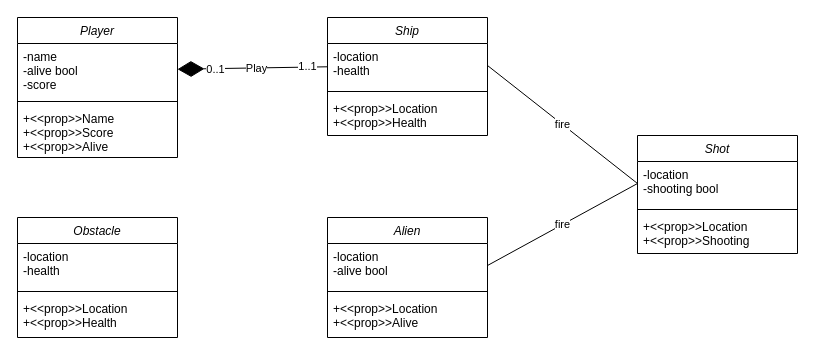
This is Diagrammes/DiagrammeDeClasse.drawio from SamGreppinETML/SpacyNvader, a draw.io file, before an edit. Source tidied: cells renumbered, new cells numbered last; positions are measured from the earlier drawing's top-left corner, leaving out a move shared by most shapes. Both pictures are drawn from the tidied source at 100%, with x=0, y=0 at pixel (17, 17).
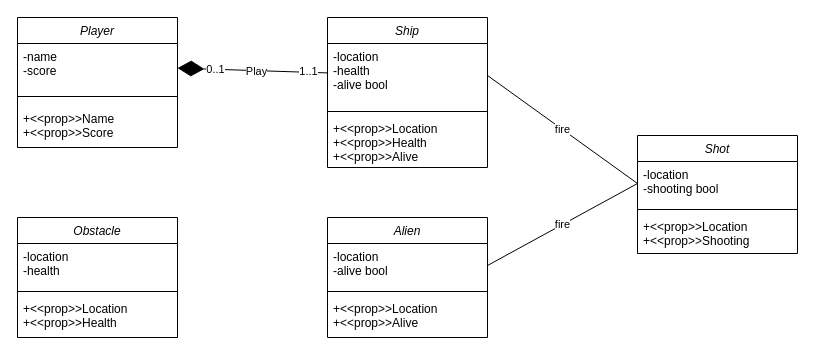
The same page after the edit.

Commit message (it also covers changes not shown here):
Crée le deuxième diagramme de classe

Change to the diagram source:
```diff
@@
     <mxCell id="6" value="Player" style="swimlane;fontStyle=2;align=center;verticalAlign=top;horizontal=1;startSize=26;rounded=0;shadow=0;strokeWidth=1;" parent="1" vertex="1">
-      <mxGeometry width="160" height="140" as="geometry" />
+      <mxGeometry width="160" height="130" as="geometry" />
     </mxCell>
-    <mxCell id="7" value="-name&#10;-alive bool&#10;-score" style="text;align=left;verticalAlign=top;spacingLeft=4;spacingRight=4;overflow=hidden;points=[[0,0.5],[1,0.5]];portConstraint=eastwest;" parent="6" vertex="1">
-      <mxGeometry y="26" width="160" height="54" as="geometry" />
+    <mxCell id="7" value="-name&#10;-score" style="text;align=left;verticalAlign=top;spacingLeft=4;spacingRight=4;overflow=hidden;points=[[0,0.5],[1,0.5]];portConstraint=eastwest;" parent="6" vertex="1">
+      <mxGeometry y="26" width="160" height="44" as="geometry" />
     </mxCell>
     <mxCell id="8" style="line;html=1;strokeWidth=1;align=left;verticalAlign=middle;spacingTop=-1;spacingLeft=3;spacingRight=3;labelPosition=right;" parent="6" vertex="1">
-      <mxGeometry y="80" width="160" height="8" as="geometry" />
+      <mxGeometry y="70" width="160" height="18" as="geometry" />
     </mxCell>
-    <mxCell id="9" value="+&lt;&lt;prop&gt;&gt;Name&#10;+&lt;&lt;prop&gt;&gt;Score&#10;+&lt;&lt;prop&gt;&gt;Alive" style="text;align=left;verticalAlign=top;spacingLeft=4;spacingRight=4;overflow=hidden;" parent="6" vertex="1">
-      <mxGeometry y="88" width="160" height="52" as="geometry" />
+    <mxCell id="9" value="+&lt;&lt;prop&gt;&gt;Name&#10;+&lt;&lt;prop&gt;&gt;Score" style="text;align=left;verticalAlign=top;spacingLeft=4;spacingRight=4;overflow=hidden;" parent="6" vertex="1">
+      <mxGeometry y="88" width="160" height="42" as="geometry" />
     </mxCell>
@@
     <mxCell id="14" value="Ship" style="swimlane;fontStyle=2;align=center;verticalAlign=top;horizontal=1;startSize=26;rounded=0;shadow=0;strokeWidth=1;" parent="1" vertex="1">
-      <mxGeometry x="310" width="160" height="118" as="geometry" />
+      <mxGeometry x="310" width="160" height="150" as="geometry" />
     </mxCell>
-    <mxCell id="15" value="-location&#10;-health" style="text;align=left;verticalAlign=top;spacingLeft=4;spacingRight=4;overflow=hidden;points=[[0,0.5],[1,0.5]];portConstraint=eastwest;" parent="14" vertex="1">
-      <mxGeometry y="26" width="160" height="44" as="geometry" />
+    <mxCell id="15" value="-location&#10;-health&#10;-alive bool" style="text;align=left;verticalAlign=top;spacingLeft=4;spacingRight=4;overflow=hidden;points=[[0,0.5],[1,0.5]];portConstraint=eastwest;" parent="14" vertex="1">
+      <mxGeometry y="26" width="160" height="64" as="geometry" />
     </mxCell>
     <mxCell id="16" style="line;html=1;strokeWidth=1;align=left;verticalAlign=middle;spacingTop=-1;spacingLeft=3;spacingRight=3;labelPosition=right;" parent="14" vertex="1">
-      <mxGeometry y="70" width="160" height="8" as="geometry" />
+      <mxGeometry y="90" width="160" height="8" as="geometry" />
     </mxCell>
-    <mxCell id="17" value="+&lt;&lt;prop&gt;&gt;Location&#10;+&lt;&lt;prop&gt;&gt;Health" style="text;align=left;verticalAlign=top;spacingLeft=4;spacingRight=4;overflow=hidden;" parent="14" vertex="1">
-      <mxGeometry y="78" width="160" height="40" as="geometry" />
+    <mxCell id="17" value="+&lt;&lt;prop&gt;&gt;Location&#10;+&lt;&lt;prop&gt;&gt;Health&#10;+&lt;&lt;prop&gt;&gt;Alive" style="text;align=left;verticalAlign=top;spacingLeft=4;spacingRight=4;overflow=hidden;" parent="14" vertex="1">
+      <mxGeometry y="98" width="160" height="52" as="geometry" />
     </mxCell>
```
